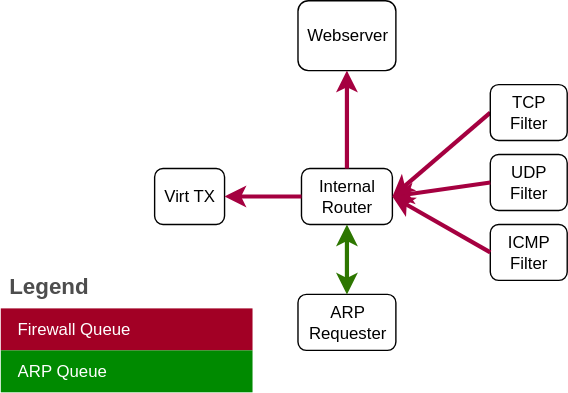
Before: static/internal_router.svg, a diagram exported from draw.io (au-ts/lionsos.org). Source tidied: cells renumbered, new cells last; positions are measured from the earlier drawing's top-left corner, leaving out a move shared by most shapes.
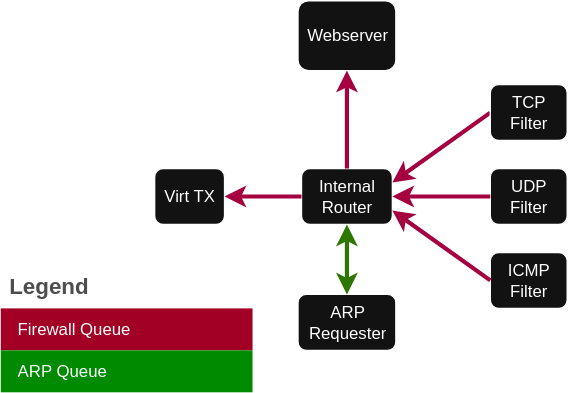
The same file after the commit.

The edit, as a diff of the source:
```diff
@@ -15,12 +15,12 @@
       <mxGeometry x="212.5" y="210" width="70" height="40" as="geometry" />
     </mxCell>
     <mxCell id="6" value="&lt;div&gt;ICMP&lt;/div&gt;&lt;div&gt;Filter&lt;/div&gt;" style="rounded=1;whiteSpace=wrap;html=1;" parent="1" vertex="1">
-      <mxGeometry x="350" y="160" width="55" height="40" as="geometry" />
+      <mxGeometry x="350" y="180" width="55" height="40" as="geometry" />
     </mxCell>
-    <mxCell id="7" style="endArrow=classic;html=1;rounded=0;exitX=0;exitY=0.5;exitDx=0;exitDy=0;entryX=1;entryY=0.5;entryDx=0;entryDy=0;fillColor=#d80073;strokeColor=#A50040;strokeWidth=3;" parent="1" edge="1" source="6" target="3">
+    <mxCell id="7" style="endArrow=classic;html=1;rounded=0;exitX=0;exitY=0.5;exitDx=0;exitDy=0;entryX=1;entryY=0.75;entryDx=0;entryDy=0;fillColor=#d80073;strokeColor=#A50040;strokeWidth=3;" parent="1" edge="1" source="6" target="3">
       <mxGeometry relative="1" as="geometry" />
     </mxCell>
-    <mxCell id="8" style="endArrow=classic;html=1;rounded=0;exitX=0;exitY=0.5;exitDx=0;exitDy=0;entryX=1;entryY=0.5;entryDx=0;entryDy=0;fillColor=#d80073;strokeColor=#A50040;strokeWidth=3;" parent="1" edge="1" source="12" target="3">
+    <mxCell id="8" style="endArrow=classic;html=1;rounded=0;exitX=0;exitY=0.5;exitDx=0;exitDy=0;entryX=1;entryY=0.25;entryDx=0;entryDy=0;fillColor=#d80073;strokeColor=#A50040;strokeWidth=3;" parent="1" edge="1" source="12" target="3">
       <mxGeometry relative="1" as="geometry" />
     </mxCell>
     <mxCell id="9" style="endArrow=classic;html=1;rounded=0;exitX=0;exitY=0.5;exitDx=0;exitDy=0;entryX=1;entryY=0.5;entryDx=0;entryDy=0;fillColor=#d80073;strokeColor=#A50040;strokeWidth=3;" parent="1" edge="1" source="3" target="2">
@@ -30,7 +30,7 @@
       <mxGeometry relative="1" as="geometry" />
     </mxCell>
     <mxCell id="11" value="&lt;div&gt;UDP&lt;/div&gt;&lt;div&gt;Filter&lt;/div&gt;" style="rounded=1;whiteSpace=wrap;html=1;" parent="1" vertex="1">
-      <mxGeometry x="350" y="110" width="55" height="40" as="geometry" />
+      <mxGeometry x="350" y="120" width="55" height="40" as="geometry" />
     </mxCell>
     <mxCell id="12" value="&lt;div&gt;TCP&lt;/div&gt;&lt;div&gt;Filter&lt;/div&gt;" style="rounded=1;whiteSpace=wrap;html=1;" parent="1" vertex="1">
       <mxGeometry x="350" y="60" width="55" height="40" as="geometry" />
```
